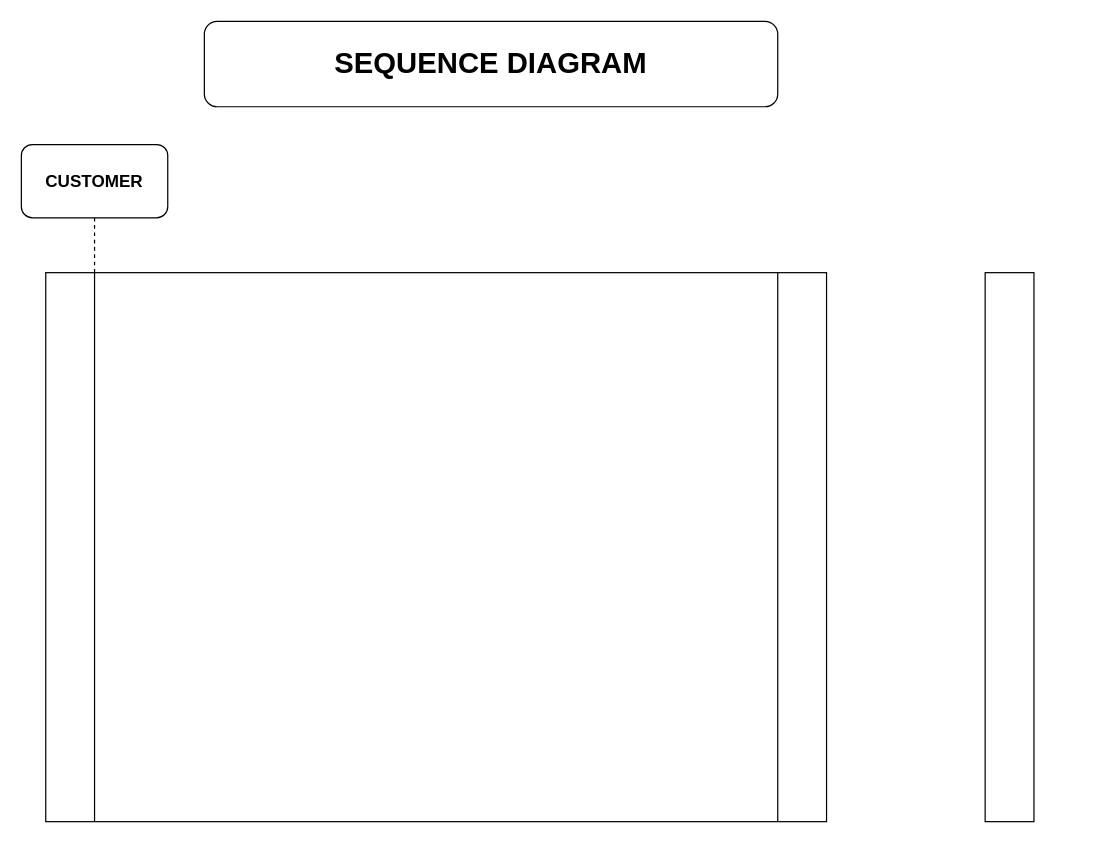
Before: mine.drawio in theZenna/theZenna, a draw.io diagram. Source tidied: cells renumbered, new cells numbered last; positions are measured from the earlier drawing's top-left corner, leaving out a move shared by most shapes. Both pictures are drawn from the tidied source at 122%, with x=0, y=0 at pixel (21, 21).
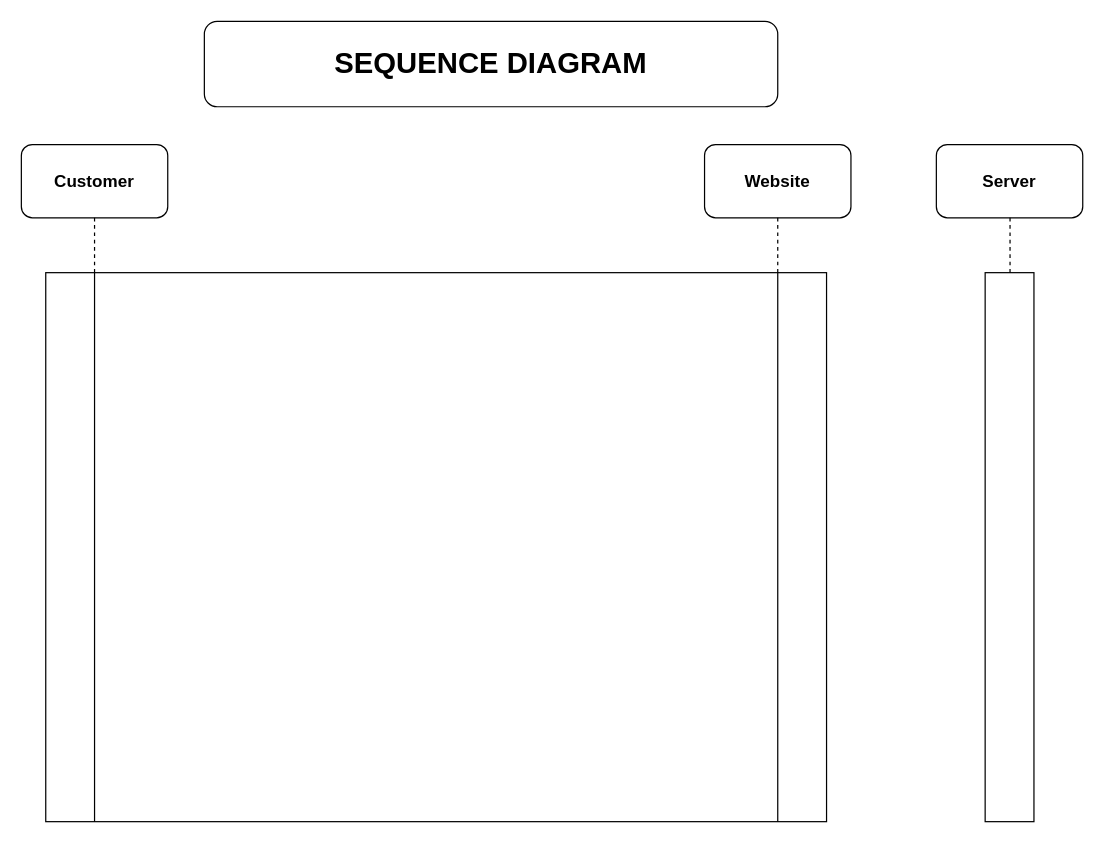
The same diagram, later.

Change to the diagram source:
```diff
@@
 <mxGraphModel>
   <root>
     <mxCell id="0" />
     <mxCell id="1" parent="0" />
     <mxCell id="2" value="&lt;font style=&quot;font-size: 24px;&quot;&gt;&lt;b&gt;SEQUENCE DIAGRAM&lt;/b&gt;&lt;/font&gt;" style="rounded=1;whiteSpace=wrap;html=1;" parent="1" vertex="1">
       <mxGeometry x="150" width="470" height="70" as="geometry" />
     </mxCell>
     <mxCell id="3" style="shape=process;whiteSpace=wrap;html=1;backgroundOutline=1;size=0.06250000000000036;" parent="1" vertex="1">
       <mxGeometry x="20" y="206" width="640" height="450" as="geometry" />
     </mxCell>
     <mxCell id="4" style="rounded=0;whiteSpace=wrap;html=1;" parent="1" vertex="1">
       <mxGeometry x="790" y="206" width="40" height="450" as="geometry" />
     </mxCell>
-    <mxCell id="5" value="&lt;font style=&quot;font-size: 14px;&quot;&gt;&lt;b&gt;CUSTOMER&lt;/b&gt;&lt;/font&gt;" style="rounded=1;whiteSpace=wrap;html=1;" parent="1" vertex="1">
+    <mxCell id="5" value="&lt;font style=&quot;font-size: 14px;&quot;&gt;&lt;b&gt;Customer&lt;/b&gt;&lt;/font&gt;" style="rounded=1;whiteSpace=wrap;html=1;" parent="1" vertex="1">
       <mxGeometry y="101" width="120" height="60" as="geometry" />
     </mxCell>
     <mxCell id="6" style="endArrow=none;dashed=1;html=1;rounded=0;" parent="1" edge="1">
       <mxGeometry relative="1" as="geometry">
         <mxPoint x="60" y="206" as="sourcePoint" />
         <mxPoint x="60" y="160" as="targetPoint" />
       </mxGeometry>
     </mxCell>
+    <mxCell id="7" value="&lt;font style=&quot;font-size: 14px;&quot;&gt;&lt;b&gt;Website&lt;/b&gt;&lt;/font&gt;" style="rounded=1;whiteSpace=wrap;html=1;" parent="1" vertex="1">
+      <mxGeometry x="560" y="101" width="120" height="60" as="geometry" />
+    </mxCell>
+    <mxCell id="8" style="endArrow=none;dashed=1;html=1;rounded=0;" parent="1" edge="1">
+      <mxGeometry relative="1" as="geometry">
+        <mxPoint x="620" y="206" as="sourcePoint" />
+        <mxPoint x="620" y="160" as="targetPoint" />
+      </mxGeometry>
+    </mxCell>
+    <mxCell id="9" value="&lt;font style=&quot;font-size: 14px;&quot;&gt;&lt;b&gt;Server&lt;/b&gt;&lt;/font&gt;" style="rounded=1;whiteSpace=wrap;html=1;" parent="1" vertex="1">
+      <mxGeometry x="750" y="101" width="120" height="60" as="geometry" />
+    </mxCell>
+    <mxCell id="10" style="endArrow=none;dashed=1;html=1;rounded=0;" parent="1" edge="1">
+      <mxGeometry relative="1" as="geometry">
+        <mxPoint x="810.4" y="206" as="sourcePoint" />
+        <mxPoint x="810.4" y="160" as="targetPoint" />
+      </mxGeometry>
+    </mxCell>
   </root>
 </mxGraphModel>
```
